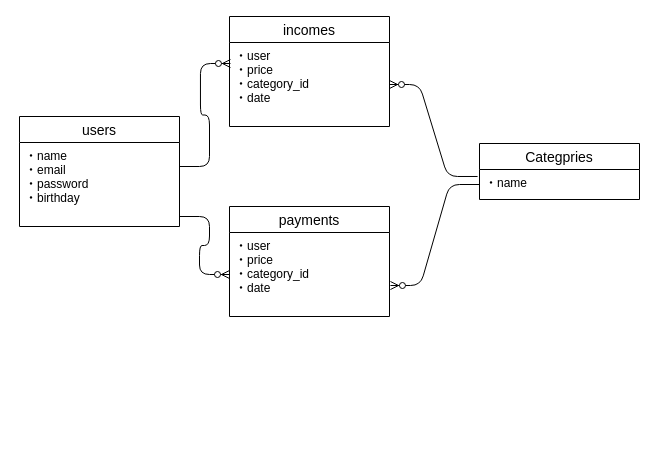
pontsuyo4423/gamble_kakeibo2 keeps this draw.io diagram as ER.dio. Above is the earlier version. Source tidied: cells renumbered, new cells numbered last; positions are measured from the earlier drawing's top-left corner, leaving out a move shared by most shapes. Both pictures are drawn from the tidied source at 100%, with x=0, y=0 at pixel (19, 16).
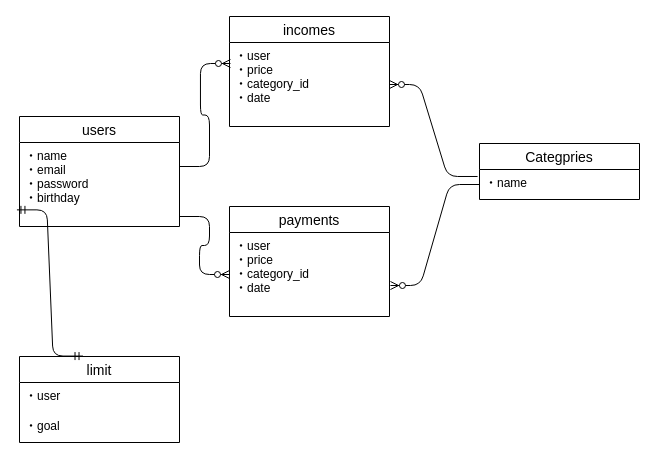
The same diagram, later.

Diff of the diagram source:
```diff
@@
 <mxGraphModel>
   <root>
     <mxCell id="0" />
     <mxCell id="1" parent="0" />
     <mxCell id="2" value="users" style="swimlane;fontStyle=0;horizontal=1;startSize=26;align=center;fontSize=14;" parent="1" vertex="1">
       <mxGeometry y="100" width="160" height="110" as="geometry" />
     </mxCell>
     <mxCell id="3" value="・name&#10;・email&#10;・password&#10;・birthday" style="text;strokeColor=none;fillColor=none;spacingLeft=4;spacingRight=4;overflow=hidden;points=[[0,0.5],[1,0.5]];portConstraint=eastwest;fontSize=12;" parent="2" vertex="1">
       <mxGeometry y="26" width="160" height="84" as="geometry" />
     </mxCell>
     <mxCell id="4" value="incomes" style="swimlane;fontStyle=0;horizontal=1;startSize=26;align=center;fontSize=14;" parent="1" vertex="1">
       <mxGeometry x="210" width="160" height="110" as="geometry" />
     </mxCell>
     <mxCell id="5" value="・user&#10;・price&#10;・category_id&#10;・date" style="text;strokeColor=none;fillColor=none;spacingLeft=4;spacingRight=4;overflow=hidden;points=[[0,0.5],[1,0.5]];portConstraint=eastwest;fontSize=12;" parent="4" vertex="1">
       <mxGeometry y="26" width="160" height="84" as="geometry" />
     </mxCell>
     <mxCell id="6" value="payments" style="swimlane;fontStyle=0;horizontal=1;startSize=26;align=center;fontSize=14;" parent="1" vertex="1">
       <mxGeometry x="210" y="190" width="160" height="110" as="geometry" />
     </mxCell>
     <mxCell id="7" value="・user&#10;・price&#10;・category_id&#10;・date" style="text;strokeColor=none;fillColor=none;spacingLeft=4;spacingRight=4;overflow=hidden;points=[[0,0.5],[1,0.5]];portConstraint=eastwest;fontSize=12;" parent="6" vertex="1">
       <mxGeometry y="26" width="160" height="84" as="geometry" />
     </mxCell>
     <mxCell id="8" value="Categpries" style="swimlane;fontStyle=0;horizontal=1;startSize=26;align=center;fontSize=14;" parent="1" vertex="1">
       <mxGeometry x="460" y="127" width="160" height="56" as="geometry" />
     </mxCell>
     <mxCell id="9" value="・name" style="text;strokeColor=none;fillColor=none;spacingLeft=4;spacingRight=4;overflow=hidden;points=[[0,0.5],[1,0.5]];portConstraint=eastwest;fontSize=12;" parent="8" vertex="1">
       <mxGeometry y="26" width="160" height="30" as="geometry" />
     </mxCell>
     <mxCell id="10" style="edgeStyle=entityRelationEdgeStyle;fontSize=12;html=1;endArrow=ERzeroToMany;endFill=1;exitX=-0.012;exitY=0.233;exitDx=0;exitDy=0;exitPerimeter=0;entryX=1;entryY=0.5;entryDx=0;entryDy=0;" parent="1" edge="1" source="9" target="5">
       <mxGeometry relative="1" as="geometry" />
     </mxCell>
     <mxCell id="11" style="edgeStyle=entityRelationEdgeStyle;fontSize=12;html=1;endArrow=ERzeroToMany;endFill=1;entryX=0.006;entryY=0.25;entryDx=0;entryDy=0;entryPerimeter=0;" parent="1" edge="1" target="5">
       <mxGeometry relative="1" as="geometry">
         <mxPoint x="160" y="150" as="sourcePoint" />
       </mxGeometry>
     </mxCell>
     <mxCell id="12" style="edgeStyle=entityRelationEdgeStyle;fontSize=12;html=1;endArrow=ERzeroToMany;endFill=1;" parent="1" edge="1" target="7">
       <mxGeometry relative="1" as="geometry">
         <mxPoint x="160" y="200" as="sourcePoint" />
       </mxGeometry>
     </mxCell>
     <mxCell id="13" style="edgeStyle=entityRelationEdgeStyle;fontSize=12;html=1;endArrow=ERzeroToMany;endFill=1;exitX=0;exitY=0.5;exitDx=0;exitDy=0;entryX=1.006;entryY=0.631;entryDx=0;entryDy=0;entryPerimeter=0;" parent="1" edge="1" source="9" target="7">
       <mxGeometry relative="1" as="geometry" />
     </mxCell>
+    <mxCell id="14" value="limit" style="swimlane;fontStyle=0;horizontal=1;startSize=26;align=center;fontSize=14;" parent="1" vertex="1">
+      <mxGeometry y="340" width="160" height="86" as="geometry" />
+    </mxCell>
+    <mxCell id="15" value="・user" style="text;strokeColor=none;fillColor=none;spacingLeft=4;spacingRight=4;overflow=hidden;fontSize=12;" parent="14" vertex="1">
+      <mxGeometry y="26" width="160" height="30" as="geometry" />
+    </mxCell>
+    <mxCell id="16" value="・goal" style="text;strokeColor=none;fillColor=none;spacingLeft=4;spacingRight=4;overflow=hidden;fontSize=12;" parent="14" vertex="1">
+      <mxGeometry y="56" width="160" height="30" as="geometry" />
+    </mxCell>
+    <mxCell id="17" style="edgeStyle=entityRelationEdgeStyle;fontSize=12;html=1;endArrow=ERmandOne;startArrow=ERmandOne;exitX=0.397;exitY=-0.005;exitDx=0;exitDy=0;exitPerimeter=0;entryX=-0.016;entryY=0.802;entryDx=0;entryDy=0;entryPerimeter=0;" parent="1" edge="1" source="14" target="3">
+      <mxGeometry relative="1" as="geometry" />
+    </mxCell>
   </root>
 </mxGraphModel>
```
